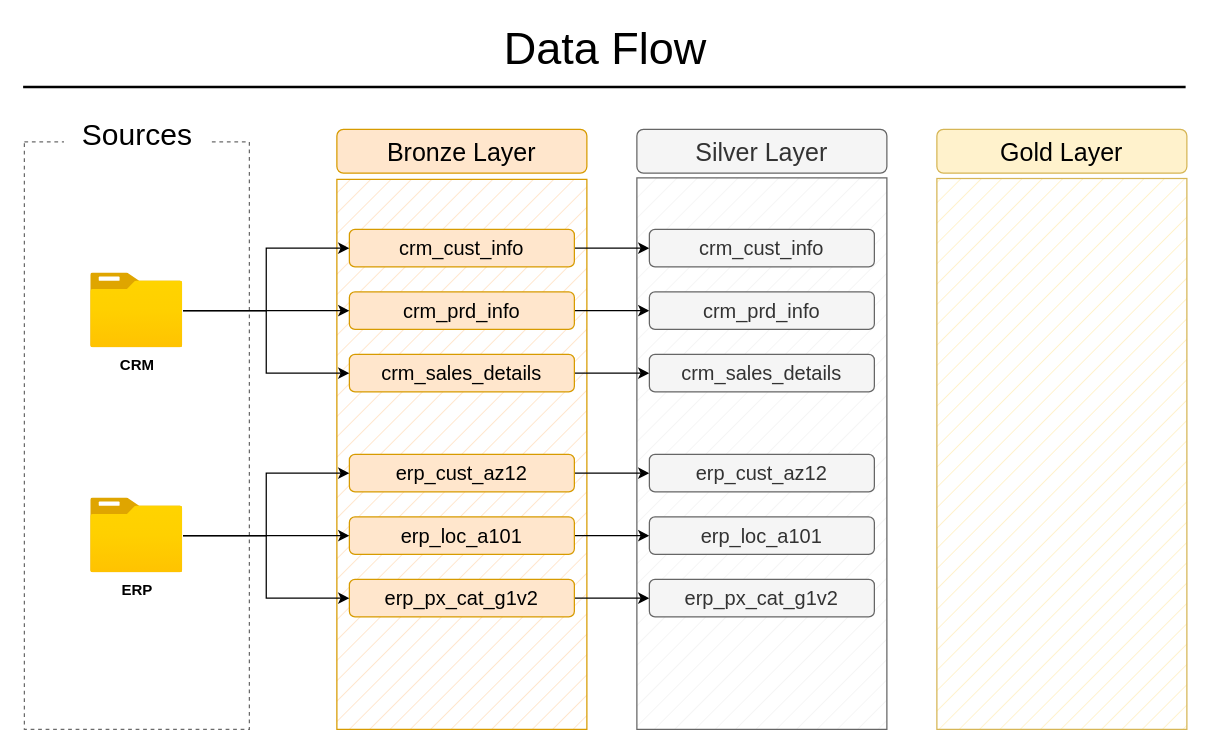
Above: page "Data Flow" (2 of 4) of docs/Diagrams DataWareHouse.drawio in afparram/first-proyect-sql-data-warehouse (draw.io), before the change. Source tidied: cells renumbered, new cells numbered last; positions are measured from the earlier drawing's top-left corner, leaving out a move shared by most shapes. Both pictures are drawn from the tidied source at 125%, with x=0, y=0 at pixel (22, 29).
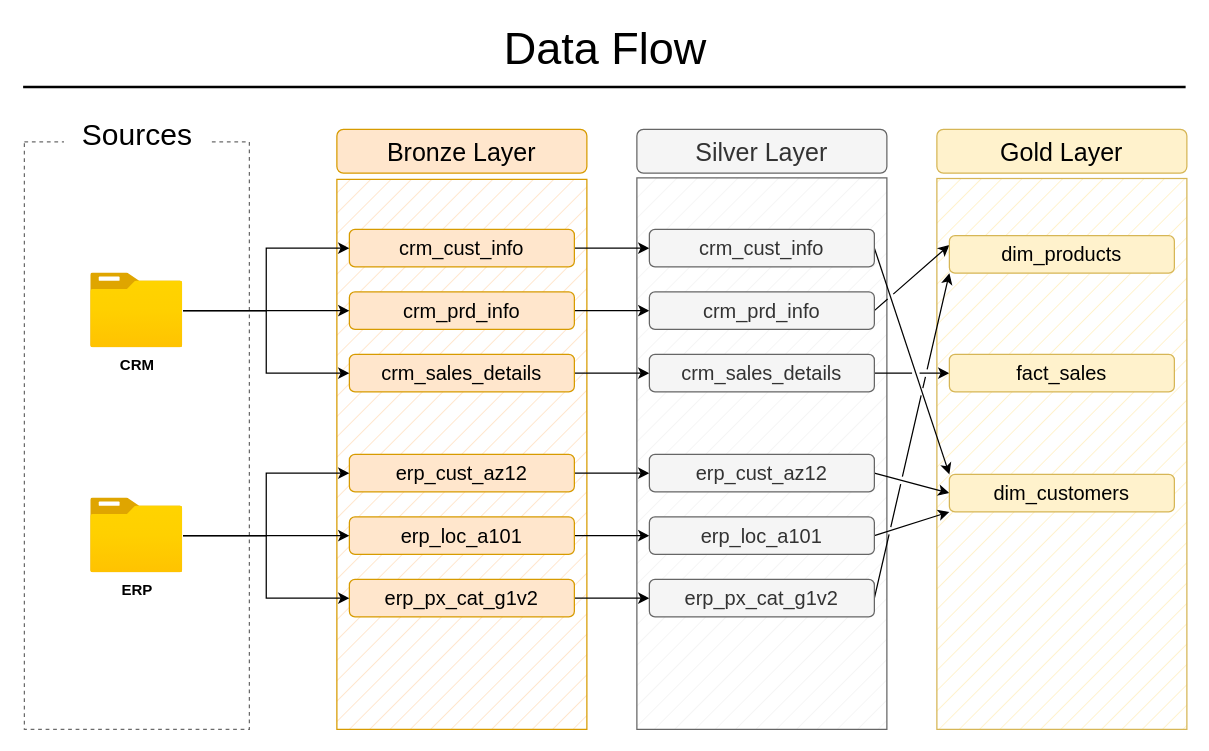
Above is the later version.

Unchanged cells that the change refers to:
```xml
<mxCell id="32" value="crm_cust_info" style="rounded=1;whiteSpace=wrap;html=1;fontSize=16;fillColor=#f5f5f5;strokeColor=#666666;fontColor=#333333;" parent="1" vertex="1">
  <mxGeometry x="501" y="160" width="180" height="30" as="geometry" />
</mxCell>
<mxCell id="33" value="crm_prd_info" style="rounded=1;whiteSpace=wrap;html=1;fontSize=16;fillColor=#f5f5f5;strokeColor=#666666;fontColor=#333333;" parent="1" vertex="1">
  <mxGeometry x="501" y="210" width="180" height="30" as="geometry" />
</mxCell>
<mxCell id="34" value="crm_sales_details" style="rounded=1;whiteSpace=wrap;html=1;fontSize=16;fillColor=#f5f5f5;strokeColor=#666666;fontColor=#333333;" parent="1" vertex="1">
  <mxGeometry x="501" y="260" width="180" height="30" as="geometry" />
</mxCell>
<mxCell id="35" value="erp_cust_az12" style="rounded=1;whiteSpace=wrap;html=1;fontSize=16;fillColor=#f5f5f5;strokeColor=#666666;fontColor=#333333;" parent="1" vertex="1">
  <mxGeometry x="501" y="340" width="180" height="30" as="geometry" />
</mxCell>
<mxCell id="36" value="erp_loc_a101" style="rounded=1;whiteSpace=wrap;html=1;fontSize=16;fillColor=#f5f5f5;strokeColor=#666666;fontColor=#333333;" parent="1" vertex="1">
  <mxGeometry x="501" y="390" width="180" height="30" as="geometry" />
</mxCell>
<mxCell id="37" value="erp_px_cat_g1v2" style="rounded=1;whiteSpace=wrap;html=1;fontSize=16;fillColor=#f5f5f5;strokeColor=#666666;fontColor=#333333;" parent="1" vertex="1">
  <mxGeometry x="501" y="440" width="180" height="30" as="geometry" />
</mxCell>
```

Diff of the diagram source:
```diff
@@
+    <mxCell id="38" style="rounded=0;jettySize=auto;html=1;exitX=1;exitY=0.5;exitDx=0;exitDy=0;jumpStyle=gap;entryX=0;entryY=0;entryDx=0;entryDy=0;" parent="1" edge="1" source="32" target="44">
+      <mxGeometry relative="1" as="geometry" />
+    </mxCell>
@@
+    <mxCell id="39" style="rounded=0;jettySize=auto;html=1;exitX=1;exitY=0.5;exitDx=0;exitDy=0;entryX=0;entryY=0.25;entryDx=0;entryDy=0;jumpStyle=gap;" parent="1" edge="1" source="33" target="45">
+      <mxGeometry relative="1" as="geometry" />
+    </mxCell>
@@
+    <mxCell id="40" style="rounded=0;jettySize=auto;html=1;entryX=0;entryY=0.5;entryDx=0;entryDy=0;exitX=1;exitY=0.5;exitDx=0;exitDy=0;jumpStyle=gap;" parent="1" edge="1" source="34" target="46">
+      <mxGeometry relative="1" as="geometry" />
+    </mxCell>
@@
+    <mxCell id="41" style="rounded=0;jettySize=auto;html=1;entryX=0;entryY=0.5;entryDx=0;entryDy=0;exitX=1;exitY=0.5;exitDx=0;exitDy=0;jumpStyle=gap;" parent="1" edge="1" source="35" target="44">
+      <mxGeometry relative="1" as="geometry" />
+    </mxCell>
@@
+    <mxCell id="42" style="rounded=0;jettySize=auto;html=1;entryX=0;entryY=1;entryDx=0;entryDy=0;exitX=1;exitY=0.5;exitDx=0;exitDy=0;jumpStyle=gap;" parent="1" edge="1" source="36" target="44">
+      <mxGeometry relative="1" as="geometry" />
+    </mxCell>
@@
+    <mxCell id="43" style="rounded=0;jettySize=auto;html=1;entryX=0;entryY=1;entryDx=0;entryDy=0;exitX=1;exitY=0.5;exitDx=0;exitDy=0;jumpStyle=gap;" parent="1" edge="1" source="37" target="45">
+      <mxGeometry relative="1" as="geometry" />
+    </mxCell>
@@
+    <mxCell id="44" value="dim_customers" style="rounded=1;whiteSpace=wrap;html=1;fontSize=16;fillColor=#fff2cc;strokeColor=#d6b656;" parent="1" vertex="1">
+      <mxGeometry x="741" y="356" width="180" height="30" as="geometry" />
+    </mxCell>
+    <mxCell id="45" value="dim_products" style="rounded=1;whiteSpace=wrap;html=1;fontSize=16;fillColor=#fff2cc;strokeColor=#d6b656;" parent="1" vertex="1">
+      <mxGeometry x="741" y="165" width="180" height="30" as="geometry" />
+    </mxCell>
+    <mxCell id="46" value="fact_sales" style="rounded=1;whiteSpace=wrap;html=1;fontSize=16;fillColor=#fff2cc;strokeColor=#d6b656;" parent="1" vertex="1">
+      <mxGeometry x="741" y="260" width="180" height="30" as="geometry" />
+    </mxCell>
```
